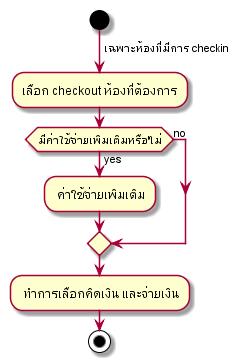
Before: out/activity-diagram/Check-out/checkout/checkout.png, a diagram exported from PlantUML (cheat13/Prompiman_Diagram).
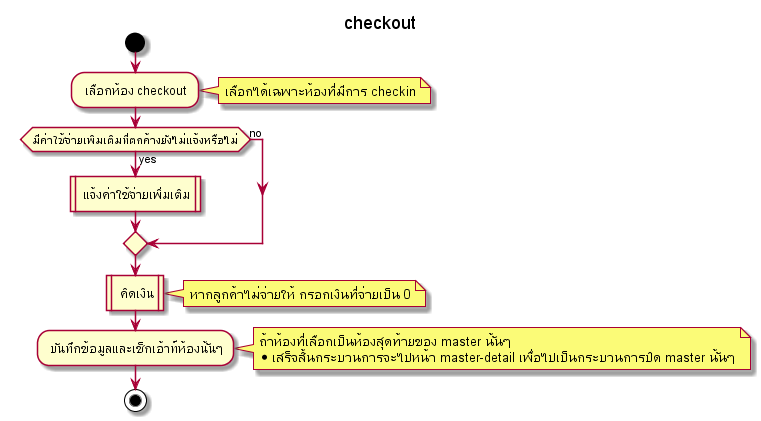
After the commit.

Change to the diagram source:
```diff
@@ -1,12 +1,26 @@
 @startuml
+title checkout
 start
- -> เฉพาะห้องที่มีการ checkin;
-  :เลือก checkout ห้องที่ต้องการ;
-  if(มีค่าใช้จ่ายเพิมเติมหรือไม่) then (yes)
-    : ค่าใช้จ่ายเพิมเติม;
+    : เลือกห้อง checkout ;
+    note right
+    เลือกได้เฉพาะห้องที่มีการ checkin
+    end note
+  if(มีค่าใช้จ่ายเพิมเติมที่ตกค้างยังไม่แจ้งหรือไม่) then (yes)
+    : แจ้งค่าใช้จ่ายเพิ่มเติม|
   else(no)
     endif
-    : ทำการเลือกคิดเงิน และจ่ายเงิน;
+    : คิดเงิน|
+    note right
+     หากลูกค้าไม่จ่ายให้ กรอกเงินที่จ่ายเป็น 0
+    end note
+    : บันทึกข้อมูลและเช็กเอ้าท์ห้องนั้นๆ;
+    note right
+      ถ้าห้องที่เลือกเป็นห้องสุดท้ายของ master นั้นๆ
+      *เสร็จสิ้นกระบวนการจะไปหน้า master-detail เพื่อไปเป็นกระบวนการปิด master นั้นๆ
+    end note
+
+
 stop;
 
+
 @enduml
```
